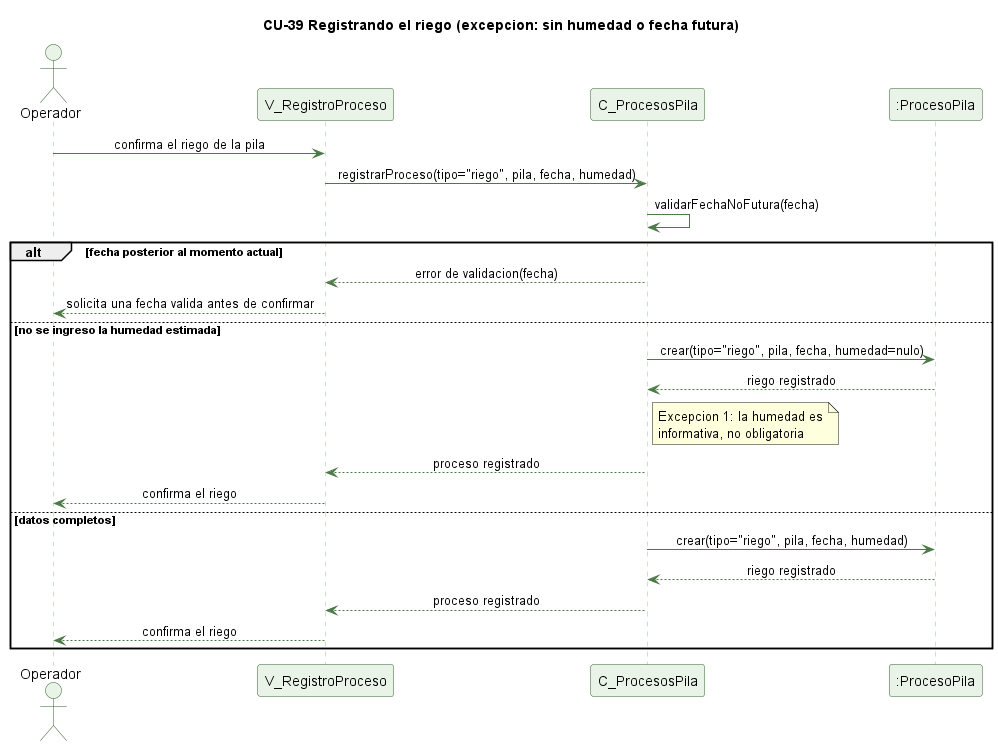
Before: docs/trabajo-grupal/diagramas/secuencias/cu39-riego-excepcion.png, a diagram exported from PlantUML (kenjikaese/Triverde).
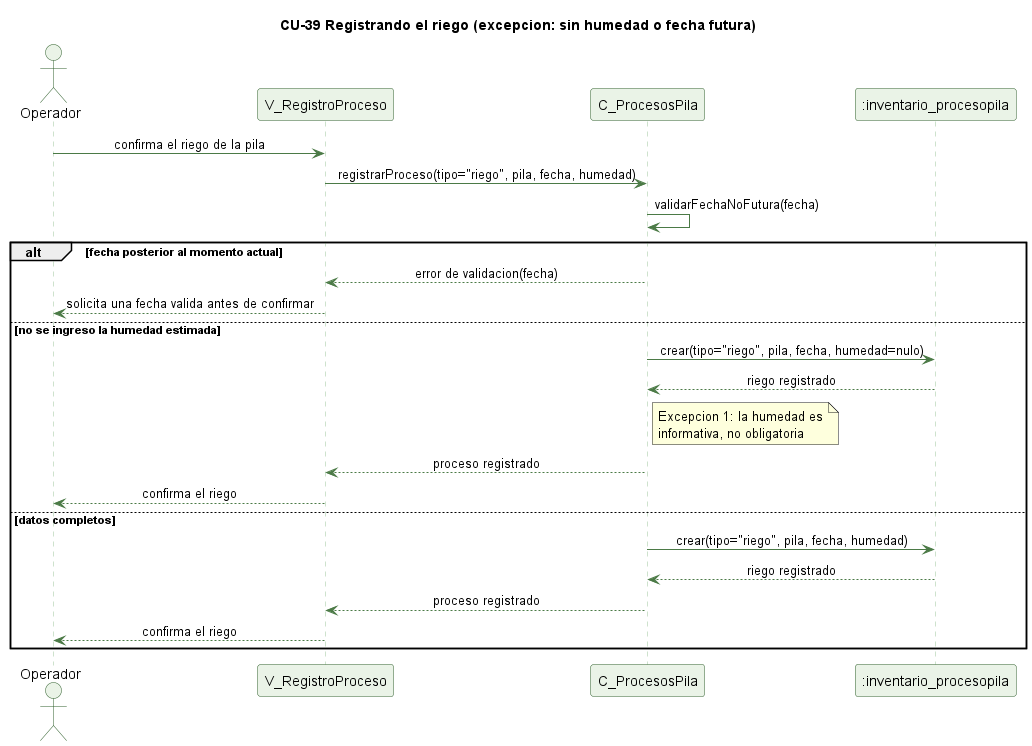
Later version of the same file.

What changed in the source:
```diff
@@ -15,7 +15,7 @@
 actor Operador
 participant "V_RegistroProceso" as V
 participant "C_ProcesosPila" as C
-participant ":ProcesoPila" as PP
+participant ":inventario_procesopila" as PP
 
 Operador -> V : confirma el riego de la pila
 V -> C : registrarProceso(tipo="riego", pila, fecha, humedad)
```
